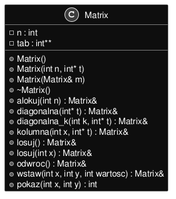
The PlantUML diagram inline_umlgraph_1.png in kluchoo/Matrix, before a commit.
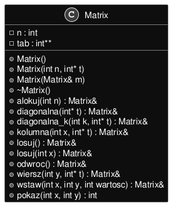
Above is the later version.

The edit, as a diff of the source:
```diff
@@ -16,6 +16,7 @@
 +losuj() : Matrix&
 +losuj(int x) : Matrix&
 +odwroc() : Matrix&
++wiersz(int y, int* t) : Matrix&
 +wstaw(int x, int y, int wartosc) : Matrix&
 +pokaz(int x, int y) : int
 
```
